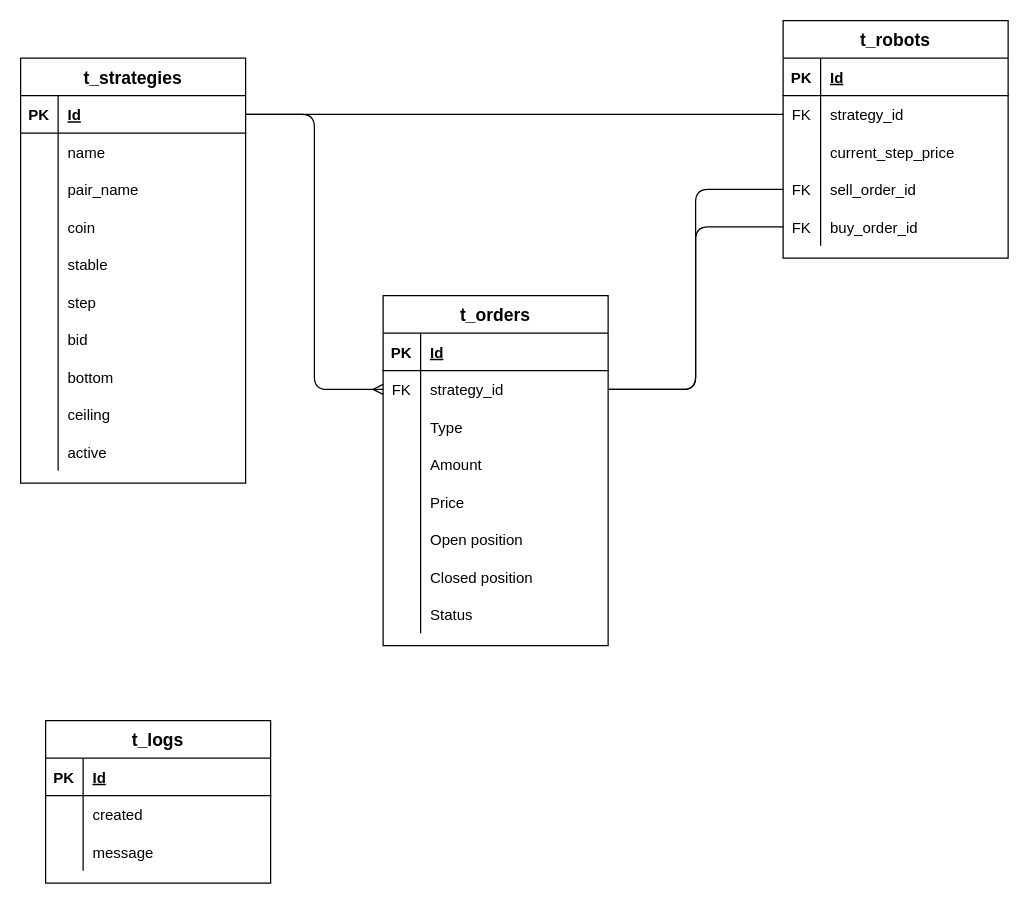
Earlier version of the draw.io diagram docs/db_schema.drawio (ArkadyBuryakov/Volatobot). Source tidied: cells renumbered, new cells numbered last; positions are measured from the earlier drawing's top-left corner, leaving out a move shared by most shapes. Both pictures are drawn from the tidied source at 125%, with x=0, y=0 at pixel (20, 20).
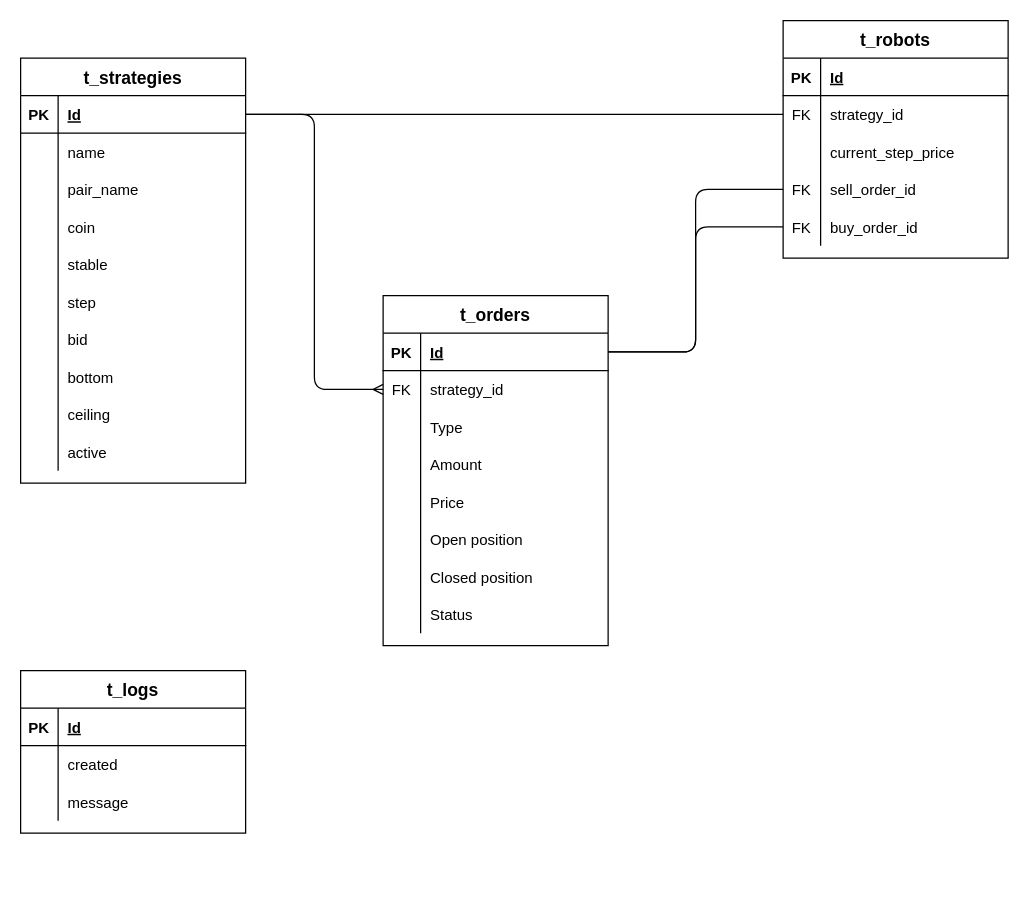
The same page after the edit.

Unchanged cells that the change refers to:
```xml
<mxCell id="7" style="shape=partialRectangle;fillColor=none;top=0;left=0;bottom=1;right=0;points=[[0,0.5],[1,0.5]];portConstraint=eastwest;" parent="6" vertex="1">
  <mxGeometry y="30" width="180" height="30" as="geometry" />
</mxCell>
<mxCell id="10" style="shape=partialRectangle;fillColor=none;top=0;left=0;bottom=0;right=0;points=[[0,0.5],[1,0.5]];portConstraint=eastwest;" parent="6" vertex="1">
  <mxGeometry y="60" width="180" height="30" as="geometry" />
</mxCell>
<mxCell id="41" style="shape=partialRectangle;fillColor=none;top=0;left=0;bottom=0;right=0;points=[[0,0.5],[1,0.5]];portConstraint=eastwest;" parent="31" vertex="1">
  <mxGeometry y="120" width="180" height="30" as="geometry" />
</mxCell>
<mxCell id="44" style="shape=partialRectangle;fillColor=none;top=0;left=0;bottom=0;right=0;points=[[0,0.5],[1,0.5]];portConstraint=eastwest;" parent="31" vertex="1">
  <mxGeometry y="150" width="180" height="30" as="geometry" />
</mxCell>
```

Change to the diagram source:
```diff
@@
-    <mxCell id="4" style="edgeStyle=orthogonalEdgeStyle;rounded=1;jettySize=auto;html=1;exitX=0;exitY=0.5;exitDx=0;exitDy=0;entryX=1;entryY=0.5;entryDx=0;entryDy=0;endArrow=none;endFill=0;" parent="1" edge="1" source="41" target="10">
+    <mxCell id="4" style="edgeStyle=orthogonalEdgeStyle;rounded=1;jettySize=auto;html=1;exitX=0;exitY=0.5;exitDx=0;exitDy=0;entryX=1;entryY=0.5;entryDx=0;entryDy=0;endArrow=none;endFill=0;" parent="1" edge="1" source="41" target="7">
       <mxGeometry relative="1" as="geometry" />
     </mxCell>
-    <mxCell id="5" style="edgeStyle=orthogonalEdgeStyle;rounded=1;jettySize=auto;html=1;exitX=0;exitY=0.5;exitDx=0;exitDy=0;entryX=1;entryY=0.5;entryDx=0;entryDy=0;endArrow=none;endFill=0;" parent="1" edge="1" source="44" target="10">
+    <mxCell id="5" style="edgeStyle=orthogonalEdgeStyle;rounded=1;jettySize=auto;html=1;exitX=0;exitY=0.5;exitDx=0;exitDy=0;entryX=1;entryY=0.5;entryDx=0;entryDy=0;endArrow=none;endFill=0;" parent="1" edge="1" source="44" target="7">
       <mxGeometry relative="1" as="geometry" />
     </mxCell>
@@
     <mxCell id="78" value="t_logs" style="shape=table;startSize=30;childLayout=tableLayout;rowLines=0;fontStyle=1;align=center;fillColor=none;fontSize=14;noLabel=0;" parent="1" vertex="1">
-      <mxGeometry x="20" y="560" width="180" height="130" as="geometry" />
+      <mxGeometry y="520" width="180" height="130" as="geometry" />
     </mxCell>
```
